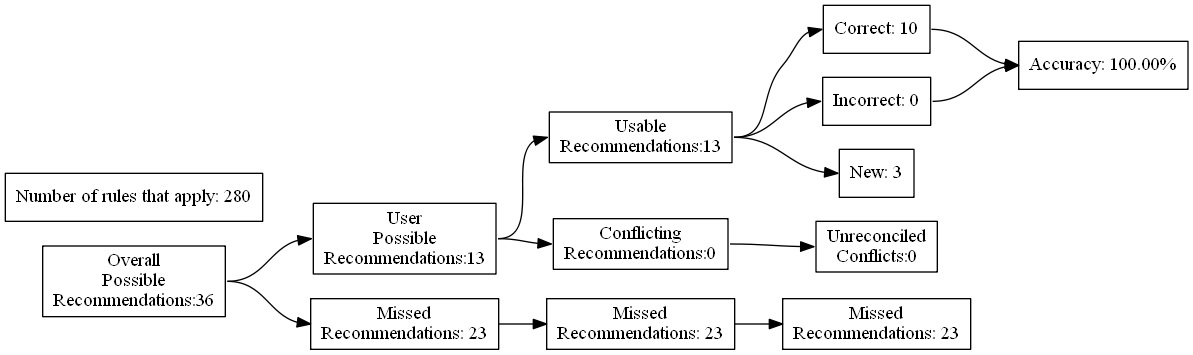
ZaxR/ibd_diet_analysis keeps this Graphviz diagram as test_renders/59.gv.png. Above is the earlier version. Its source is kept beside it as test_renders/59.gv.
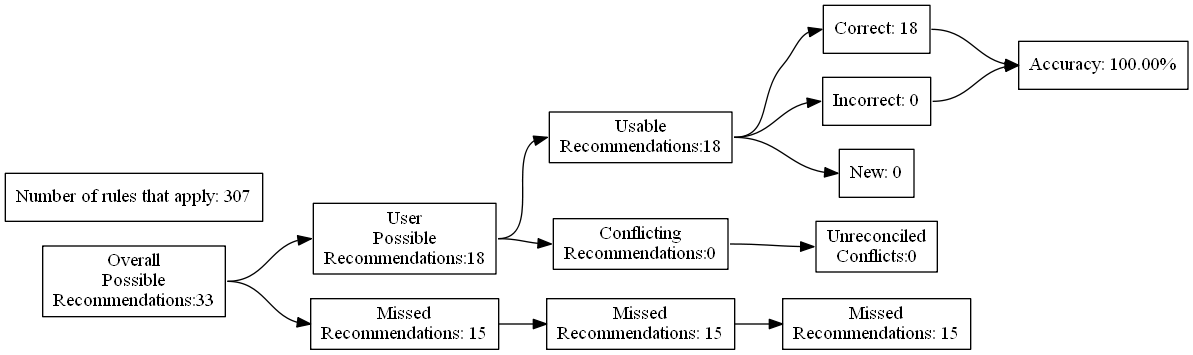
Above is the later version.

Diff of the diagram source:
```diff
@@ -4,27 +4,27 @@
 	edge [headport=w tailport=e]
 		A [label="Overall
 Possible
-Recommendations:36"]
+Recommendations:33"]
 		B [label="User
 Possible
-Recommendations:13"]
+Recommendations:18"]
 		C [label="Missed
-Recommendations: 23"]
+Recommendations: 15"]
 		D [label="Usable
-Recommendations:13"]
+Recommendations:18"]
 		E [label="Conflicting
 Recommendations:0"]
 		J [label="Missed
-Recommendations: 23"]
+Recommendations: 15"]
 		M [label="Unreconciled
 Conflicts:0"]
-		F [label="Correct: 10"]
+		F [label="Correct: 18"]
 		G [label="Incorrect: 0"]
-		H [label="New: 3"]
+		H [label="New: 0"]
 		K [label="Missed
-Recommendations: 23"]
+Recommendations: 15"]
 		I [label="Accuracy: 100.00%"]
-		l [label="Number of rules that apply: 280"]
+		l [label="Number of rules that apply: 307"]
 			A -> B
 			A -> C
 			B -> D
```
